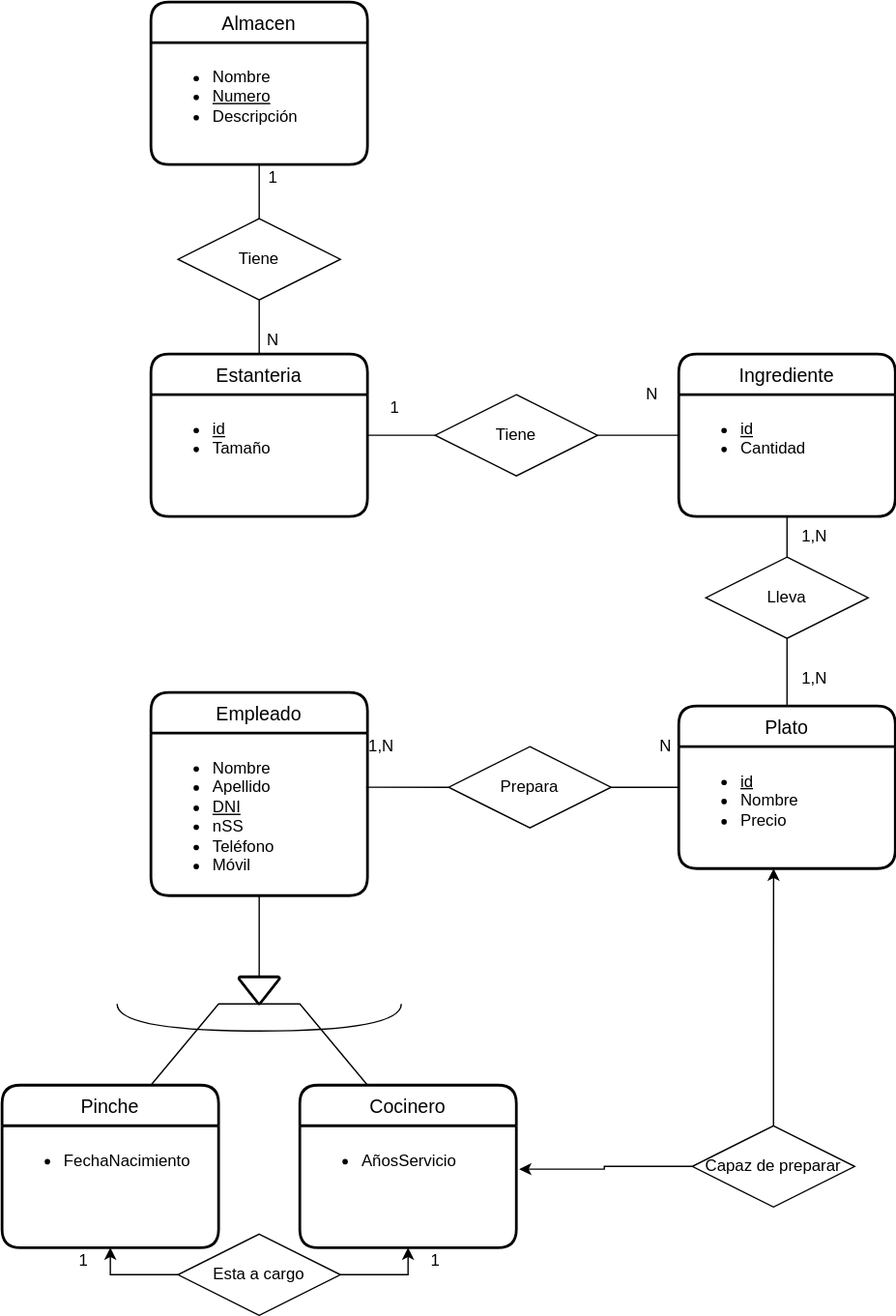
Before: UD12-13.svg, a diagram exported from draw.io (Jimxx22/C3-UD11-UML). Source tidied: cells renumbered, new cells last; positions are measured from the earlier drawing's top-left corner, leaving out a move shared by most shapes.
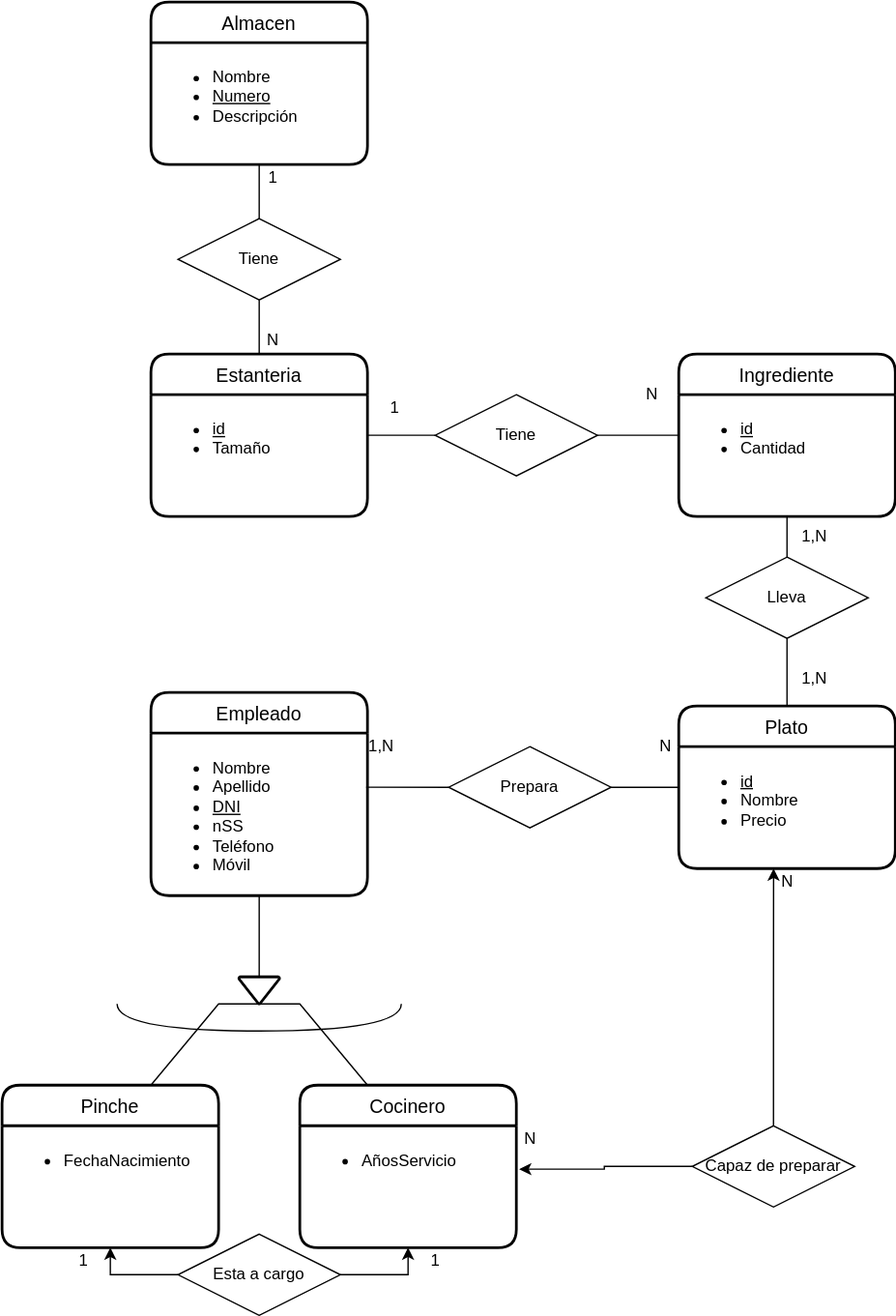
Above is the later version.

Diff of the diagram source:
```diff
@@ -147,5 +147,11 @@
     <mxCell id="48" value="Capaz de preparar" style="shape=rhombus;perimeter=rhombusPerimeter;whiteSpace=wrap;html=1;align=center;" parent="1" vertex="1">
       <mxGeometry x="510" y="830" width="120" height="60" as="geometry" />
     </mxCell>
+    <mxCell id="49" value="N" style="text;html=1;align=center;verticalAlign=middle;strokeColor=none;fillColor=none;" parent="1" vertex="1">
+      <mxGeometry x="375" y="825" width="30" height="30" as="geometry" />
+    </mxCell>
+    <mxCell id="50" value="N" style="text;html=1;align=center;verticalAlign=middle;strokeColor=none;fillColor=none;" parent="1" vertex="1">
+      <mxGeometry x="565" y="635" width="30" height="30" as="geometry" />
+    </mxCell>
   </root>
 </mxGraphModel>
```
